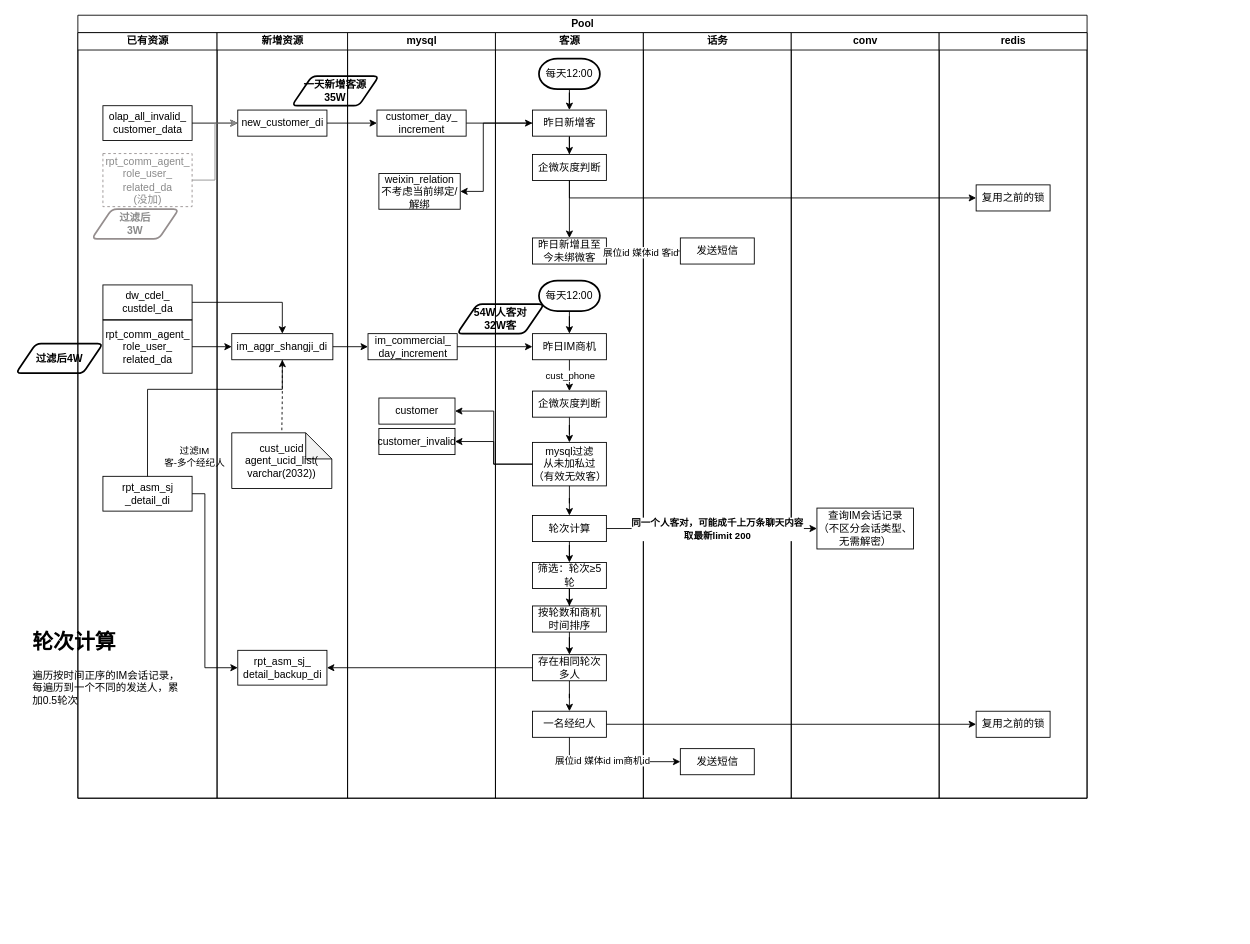
This is 240716短信场景拓展.drawio from SmellyTrotter/draw.io, a draw.io file, before an edit. Source tidied: cells renumbered, new cells numbered last; positions are measured from the earlier drawing's top-left corner, leaving out a move shared by most shapes. Both pictures are drawn from the tidied source at 87%, with x=0, y=0 at pixel (16, 15).
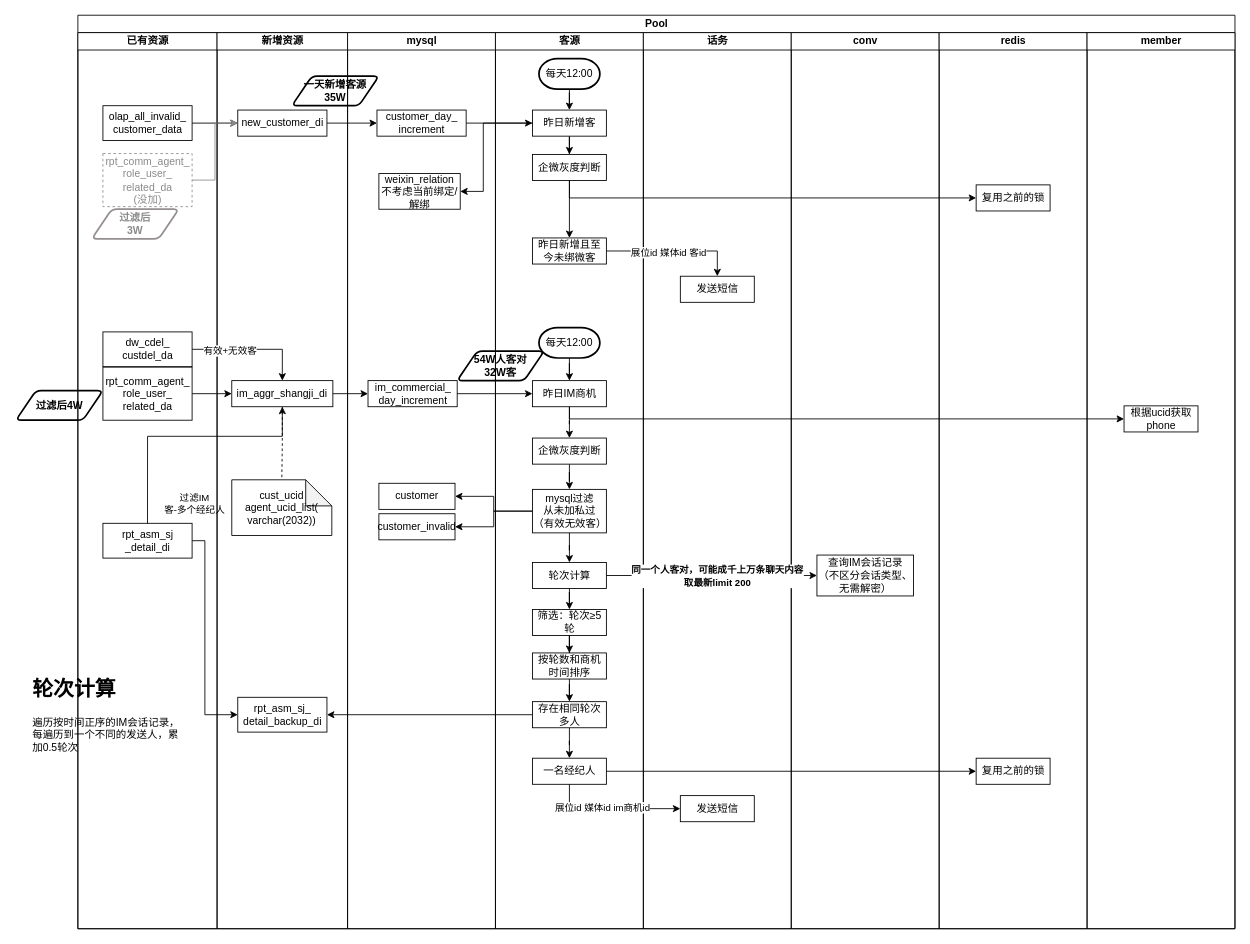
The same diagram, later.

Commit message:
更新240716短信场景拓展.drawio

The change refers to these unchanged cells:
```xml
<mxCell id="24" style="edgeStyle=orthogonalEdgeStyle;rounded=0;jettySize=auto;html=1;" parent="20" edge="1" source="26" target="32">
  <mxGeometry relative="1" as="geometry" />
</mxCell>
<mxCell id="60" style="edgeStyle=orthogonalEdgeStyle;rounded=0;jettySize=auto;html=1;entryX=0.5;entryY=0;entryDx=0;entryDy=0;" parent="3" edge="1" source="6" target="11">
  <mxGeometry relative="1" as="geometry" />
</mxCell>
```

Change to the diagram source:
```diff
@@
     <mxCell id="2" value="&lt;h1 style=&quot;margin-top: 0px;&quot;&gt;轮次计算&lt;/h1&gt;&lt;p&gt;遍历按时间正序的IM会话记录，每遍历到一个不同的发送人，累加0.5轮次&lt;/p&gt;" style="text;html=1;whiteSpace=wrap;overflow=hidden;rounded=0;" parent="1" vertex="1">
-      <mxGeometry x="17" y="700" width="180" height="120" as="geometry" />
+      <mxGeometry x="17" y="754" width="180" height="120" as="geometry" />
     </mxCell>
     <mxCell id="3" value="Pool" style="swimlane;startSize=20;html=1;" parent="1" vertex="1">
-      <mxGeometry x="71" width="1160" height="900" as="geometry" />
+      <mxGeometry x="71" width="1330" height="1050" as="geometry" />
     </mxCell>
     <mxCell id="4" value="已有资源" style="swimlane;startSize=20;html=1;" parent="3" vertex="1">
-      <mxGeometry y="20" width="160" height="880" as="geometry" />
+      <mxGeometry y="20" width="160" height="1030" as="geometry" />
     </mxCell>
     <mxCell id="5" value="rpt_asm_sj&lt;div&gt;_detail_di&lt;/div&gt;" style="rounded=0;whiteSpace=wrap;html=1;" parent="4" vertex="1">
-      <mxGeometry x="28.8" y="510" width="102.5" height="40" as="geometry" />
+      <mxGeometry x="28.8" y="564" width="102.5" height="40" as="geometry" />
     </mxCell>
     <mxCell id="6" value="dw_cdel_&lt;div&gt;custdel_da&lt;/div&gt;" style="rounded=0;whiteSpace=wrap;html=1;" parent="4" vertex="1">
-      <mxGeometry x="28.8" y="290" width="102.5" height="40" as="geometry" />
+      <mxGeometry x="28.8" y="344" width="102.5" height="40" as="geometry" />
     </mxCell>
@@
     <mxCell id="8" value="rpt_comm_agent_&lt;div&gt;role_user_&lt;/div&gt;&lt;div&gt;related_da&lt;/div&gt;" style="rounded=0;whiteSpace=wrap;html=1;" parent="4" vertex="1">
-      <mxGeometry x="28.8" y="330.5" width="102.5" height="61" as="geometry" />
+      <mxGeometry x="28.8" y="384.5" width="102.5" height="61" as="geometry" />
     </mxCell>
     <mxCell id="9" value="新增资源" style="swimlane;startSize=20;html=1;" parent="3" vertex="1">
-      <mxGeometry x="160" y="20" width="150" height="880" as="geometry" />
+      <mxGeometry x="160" y="20" width="150" height="1030" as="geometry" />
     </mxCell>
@@
     <mxCell id="11" value="im_aggr_shangji_di" style="rounded=0;whiteSpace=wrap;html=1;" parent="9" vertex="1">
-      <mxGeometry x="16.9" y="346" width="116.2" height="30" as="geometry" />
+      <mxGeometry x="16.9" y="400" width="116.2" height="30" as="geometry" />
     </mxCell>
     <mxCell id="12" value="cust_ucid&lt;div&gt;agent_ucid_list(&lt;/div&gt;&lt;div&gt;varchar(2032))&lt;/div&gt;" style="shape=note;whiteSpace=wrap;html=1;backgroundOutline=1;darkOpacity=0.05;" parent="9" vertex="1">
-      <mxGeometry x="16.9" y="460" width="115" height="64" as="geometry" />
+      <mxGeometry x="16.9" y="514" width="115" height="64" as="geometry" />
     </mxCell>
@@
     <mxCell id="14" value="rpt_asm_sj_&lt;div&gt;detail_backup_di&lt;br&gt;&lt;/div&gt;" style="rounded=0;whiteSpace=wrap;html=1;" parent="9" vertex="1">
-      <mxGeometry x="23.8" y="710" width="102.5" height="40" as="geometry" />
+      <mxGeometry x="23.8" y="764" width="102.5" height="40" as="geometry" />
     </mxCell>
     <mxCell id="15" value="mysql" style="swimlane;startSize=20;html=1;" parent="3" vertex="1">
-      <mxGeometry x="310" y="20" width="170" height="880" as="geometry" />
+      <mxGeometry x="310" y="20" width="170" height="1030" as="geometry" />
     </mxCell>
     <mxCell id="16" value="im_commercial_&lt;div&gt;day_increment&lt;br&gt;&lt;/div&gt;" style="rounded=0;whiteSpace=wrap;html=1;" parent="15" vertex="1">
-      <mxGeometry x="23.5" y="346" width="102.5" height="30" as="geometry" />
+      <mxGeometry x="23.5" y="400" width="102.5" height="30" as="geometry" />
     </mxCell>
@@
     <mxCell id="18" value="customer" style="rounded=0;whiteSpace=wrap;html=1;" parent="15" vertex="1">
-      <mxGeometry x="36" y="420" width="87.5" height="30" as="geometry" />
+      <mxGeometry x="36" y="518" width="87.5" height="30" as="geometry" />
     </mxCell>
     <mxCell id="19" value="customer_invalid" style="rounded=0;whiteSpace=wrap;html=1;" parent="15" vertex="1">
-      <mxGeometry x="36" y="455" width="87.5" height="30" as="geometry" />
+      <mxGeometry x="36" y="553" width="87.5" height="30" as="geometry" />
     </mxCell>
     <mxCell id="20" value="客源" style="swimlane;startSize=20;html=1;" parent="3" vertex="1">
-      <mxGeometry x="480" y="20" width="170" height="880" as="geometry" />
+      <mxGeometry x="480" y="20" width="170" height="1030" as="geometry" />
     </mxCell>
@@
     <mxCell id="23" value="每天12:00" style="strokeWidth=2;html=1;shape=mxgraph.flowchart.terminator;whiteSpace=wrap;" parent="20" vertex="1">
-      <mxGeometry x="50" y="285" width="70" height="35" as="geometry" />
+      <mxGeometry x="50" y="339" width="70" height="35" as="geometry" />
     </mxCell>
@@
-    <mxCell id="25" value="cust_phone" style="edgeLabel;html=1;align=center;verticalAlign=middle;" parent="24" vertex="1">
-      <mxGeometry x="-0.36" y="-4" relative="1" as="geometry">
-        <mxPoint x="4" y="4" as="offset" />
-      </mxGeometry>
-    </mxCell>
     <mxCell id="26" value="昨日IM商机" style="rounded=0;whiteSpace=wrap;html=1;" parent="20" vertex="1">
-      <mxGeometry x="42.5" y="346" width="85" height="30" as="geometry" />
+      <mxGeometry x="42.5" y="400" width="85" height="30" as="geometry" />
     </mxCell>
     <mxCell id="27" value="一名经纪人" style="rounded=0;whiteSpace=wrap;html=1;" parent="20" vertex="1">
-      <mxGeometry x="42.5" y="780" width="85" height="30" as="geometry" />
+      <mxGeometry x="42.5" y="834" width="85" height="30" as="geometry" />
     </mxCell>
     <mxCell id="28" value="&lt;div&gt;54W人客对&lt;/div&gt;32W客" style="shape=parallelogram;html=1;strokeWidth=2;perimeter=parallelogramPerimeter;whiteSpace=wrap;rounded=1;arcSize=12;size=0.23;fillColor=none;fontStyle=1;" parent="20" vertex="1">
-      <mxGeometry x="-44" y="312" width="100" height="34" as="geometry" />
+      <mxGeometry x="-44" y="366" width="100" height="34" as="geometry" />
     </mxCell>
     <mxCell id="29" value="mysql过滤&lt;div&gt;从未加私过&lt;div&gt;（有效无效客）&lt;/div&gt;&lt;/div&gt;" style="rounded=0;whiteSpace=wrap;html=1;" parent="20" vertex="1">
-      <mxGeometry x="42.5" y="471" width="85" height="50" as="geometry" />
+      <mxGeometry x="42.5" y="525" width="85" height="50" as="geometry" />
     </mxCell>
@@
     <mxCell id="32" value="企微灰度判断" style="rounded=0;whiteSpace=wrap;html=1;" parent="20" vertex="1">
-      <mxGeometry x="42.5" y="412" width="85" height="30" as="geometry" />
+      <mxGeometry x="42.5" y="466" width="85" height="30" as="geometry" />
     </mxCell>
@@
     <mxCell id="34" value="存在相同轮次多人" style="rounded=0;whiteSpace=wrap;html=1;" parent="20" vertex="1">
-      <mxGeometry x="42.5" y="715" width="85" height="30" as="geometry" />
+      <mxGeometry x="42.5" y="769" width="85" height="30" as="geometry" />
     </mxCell>
@@
     <mxCell id="40" value="轮次计算" style="rounded=0;whiteSpace=wrap;html=1;" parent="20" vertex="1">
-      <mxGeometry x="42.5" y="555" width="85" height="30" as="geometry" />
+      <mxGeometry x="42.5" y="609" width="85" height="30" as="geometry" />
     </mxCell>
     <mxCell id="41" value="筛选：轮次≥5轮" style="rounded=0;whiteSpace=wrap;html=1;" parent="20" vertex="1">
-      <mxGeometry x="42.5" y="609" width="85" height="30" as="geometry" />
+      <mxGeometry x="42.5" y="663" width="85" height="30" as="geometry" />
     </mxCell>
     <mxCell id="42" value="按轮数和商机时间排序" style="rounded=0;whiteSpace=wrap;html=1;" parent="20" vertex="1">
-      <mxGeometry x="42.5" y="659" width="85" height="30" as="geometry" />
+      <mxGeometry x="42.5" y="713" width="85" height="30" as="geometry" />
     </mxCell>
@@
     <mxCell id="48" value="话务" style="swimlane;startSize=20;html=1;" parent="3" vertex="1">
-      <mxGeometry x="650" y="20" width="170" height="880" as="geometry" />
+      <mxGeometry x="650" y="20" width="170" height="1030" as="geometry" />
     </mxCell>
     <mxCell id="49" value="发送短信" style="rounded=0;whiteSpace=wrap;html=1;" parent="48" vertex="1">
-      <mxGeometry x="42.5" y="236" width="85" height="30" as="geometry" />
+      <mxGeometry x="42.5" y="280" width="85" height="30" as="geometry" />
     </mxCell>
     <mxCell id="50" value="发送短信" style="rounded=0;whiteSpace=wrap;html=1;" parent="48" vertex="1">
-      <mxGeometry x="42.5" y="823" width="85" height="30" as="geometry" />
+      <mxGeometry x="42.5" y="877" width="85" height="30" as="geometry" />
     </mxCell>
     <mxCell id="51" value="conv" style="swimlane;startSize=20;html=1;" parent="3" vertex="1">
-      <mxGeometry x="820" y="20" width="170" height="880" as="geometry" />
+      <mxGeometry x="820" y="20" width="170" height="1030" as="geometry" />
     </mxCell>
     <mxCell id="52" value="查询IM会话记录（不区分会话类型、无需解密）" style="rounded=0;whiteSpace=wrap;html=1;" parent="51" vertex="1">
-      <mxGeometry x="29.5" y="546.5" width="111" height="47" as="geometry" />
+      <mxGeometry x="29.5" y="600.5" width="111" height="47" as="geometry" />
     </mxCell>
@@
     <mxCell id="55" value="redis" style="swimlane;startSize=20;html=1;" parent="3" vertex="1">
-      <mxGeometry x="990" y="20" width="170" height="880" as="geometry" />
+      <mxGeometry x="990" y="20" width="170" height="1030" as="geometry" />
     </mxCell>
     <mxCell id="56" value="复用之前的锁" style="rounded=0;whiteSpace=wrap;html=1;" parent="55" vertex="1">
-      <mxGeometry x="42.5" y="780" width="85" height="30" as="geometry" />
+      <mxGeometry x="42.5" y="834" width="85" height="30" as="geometry" />
     </mxCell>
@@
+    <mxCell id="83" value="member" style="swimlane;startSize=20;html=1;" parent="3" vertex="1">
+      <mxGeometry x="1160" y="20" width="170" height="1030" as="geometry" />
+    </mxCell>
+    <mxCell id="84" value="根据ucid获取phone" style="rounded=0;whiteSpace=wrap;html=1;" parent="83" vertex="1">
+      <mxGeometry x="42.5" y="429" width="85" height="30" as="geometry" />
+    </mxCell>
     <mxCell id="58" style="edgeStyle=orthogonalEdgeStyle;rounded=0;jettySize=auto;html=1;exitX=0.5;exitY=0;exitDx=0;exitDy=0;" parent="3" edge="1" source="5" target="11">
       <mxGeometry relative="1" as="geometry">
         <Array as="points">
-          <mxPoint x="80" y="430" />
-          <mxPoint x="235" y="430" />
+          <mxPoint x="80" y="484" />
+          <mxPoint x="235" y="484" />
         </Array>
       </mxGeometry>
     </mxCell>
@@
+    <mxCell id="85" value="有效+无效客" style="edgeLabel;html=1;align=center;verticalAlign=middle;" parent="60" vertex="1">
+      <mxGeometry x="-0.39" y="-1" relative="1" as="geometry" />
+    </mxCell>
@@
     <mxCell id="65" style="edgeStyle=orthogonalEdgeStyle;rounded=0;jettySize=auto;html=1;entryX=0;entryY=0.5;entryDx=0;entryDy=0;" parent="3" edge="1" source="5" target="14">
       <mxGeometry relative="1" as="geometry">
         <Array as="points">
-          <mxPoint x="146" y="550" />
-          <mxPoint x="146" y="750" />
+          <mxPoint x="146" y="604" />
+          <mxPoint x="146" y="804" />
         </Array>
       </mxGeometry>
     </mxCell>
@@
+    <mxCell id="86" style="edgeStyle=orthogonalEdgeStyle;rounded=0;jettySize=auto;html=1;entryX=0;entryY=0.5;entryDx=0;entryDy=0;exitX=0.5;exitY=1;exitDx=0;exitDy=0;" parent="3" edge="1" source="26" target="84">
+      <mxGeometry relative="1" as="geometry">
+        <Array as="points">
+          <mxPoint x="565" y="464" />
+        </Array>
+      </mxGeometry>
+    </mxCell>
@@
     <mxCell id="80" value="过滤后4W" style="shape=parallelogram;html=1;strokeWidth=2;perimeter=parallelogramPerimeter;whiteSpace=wrap;rounded=1;arcSize=12;size=0.23;fillColor=none;fontStyle=1;" parent="1" vertex="1">
-      <mxGeometry x="-0.2" y="377.5" width="100" height="34" as="geometry" />
+      <mxGeometry x="-0.2" y="431.5" width="100" height="34" as="geometry" />
     </mxCell>
```
